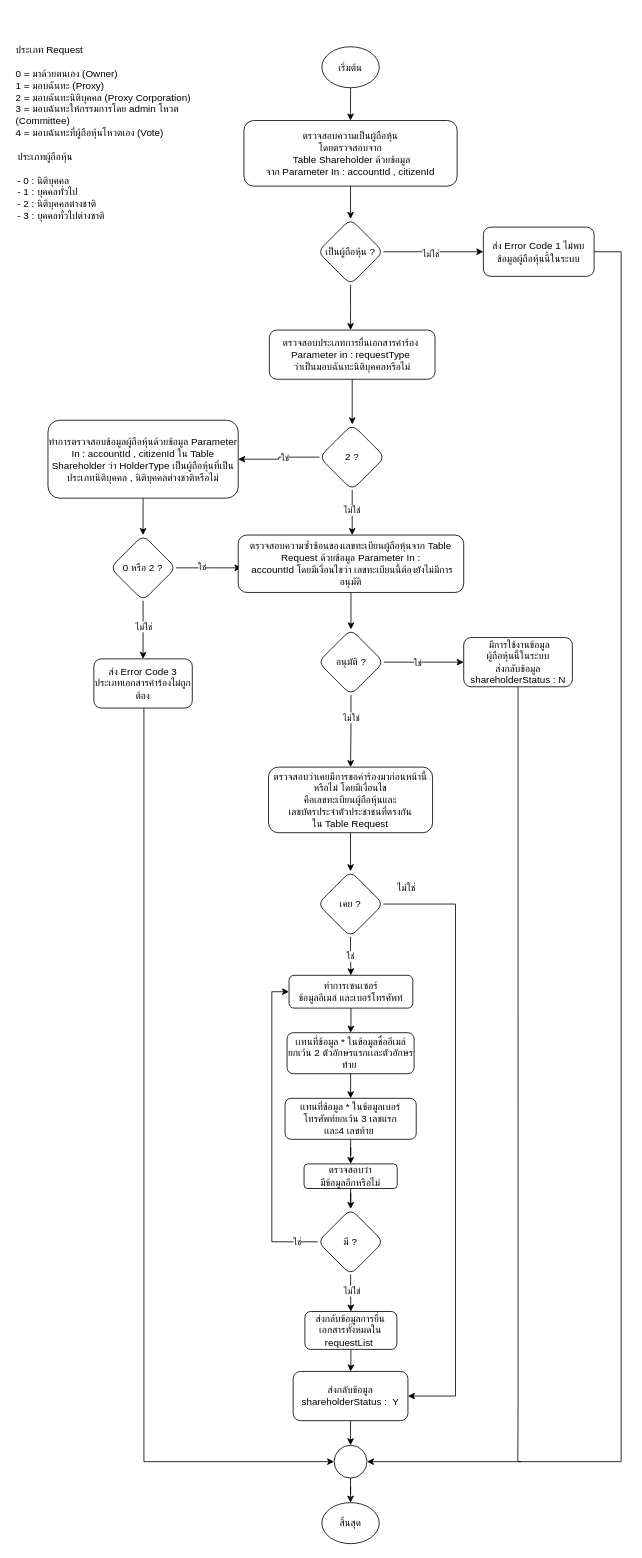
charifrodmanee/charifrodmanee keeps this draw.io diagram as checkShareHolderAvailable.drawio. Above is the earlier version. Source tidied: cells renumbered, new cells numbered last; positions are measured from the earlier drawing's top-left corner, leaving out a move shared by most shapes. Both pictures are drawn from the tidied source at 82%, with x=0, y=0 at pixel (14, 38).
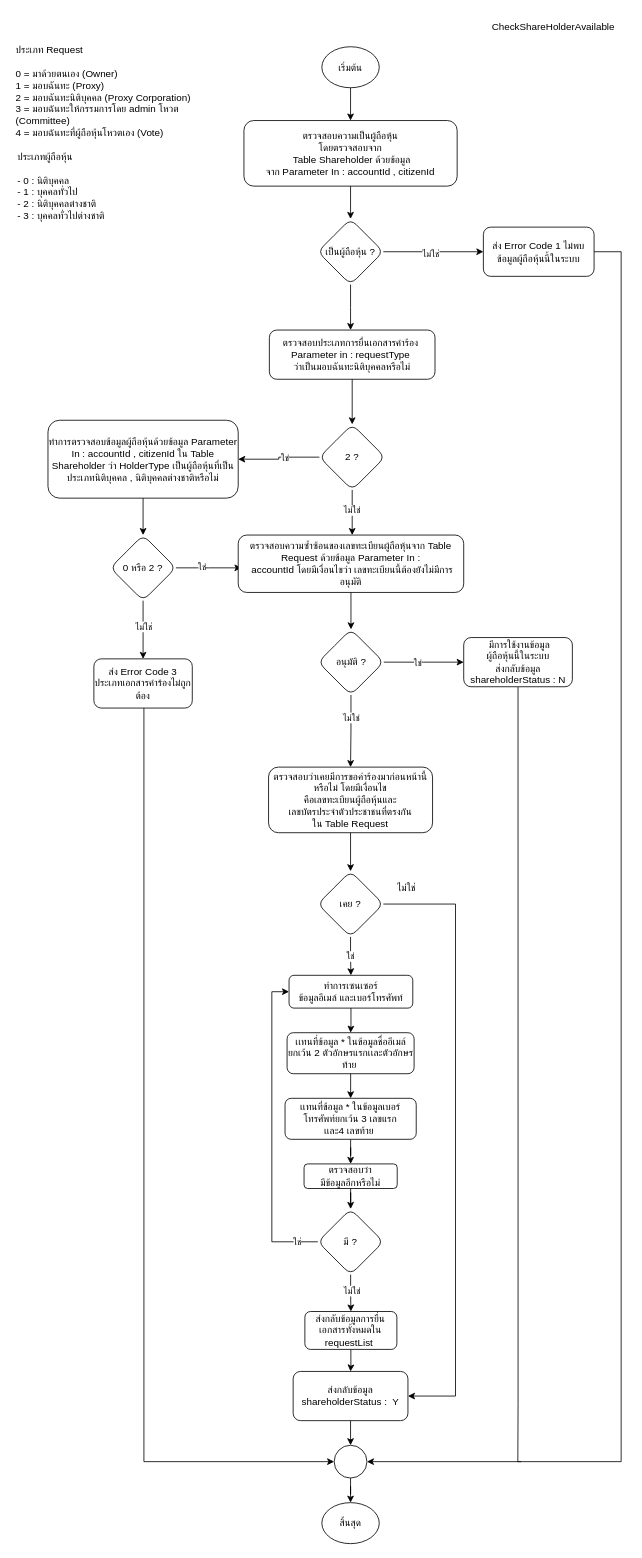
The same page after the edit.

The edit, as a diff of the source:
```diff
@@
+    <mxCell id="67" value="CheckShareHolderAvailable" style="text;html=1;align=center;verticalAlign=middle;strokeColor=none;fillColor=none;" parent="1" vertex="1">
+      <mxGeometry x="572" y="-29.5" width="170" height="30" as="geometry" />
+    </mxCell>
```
